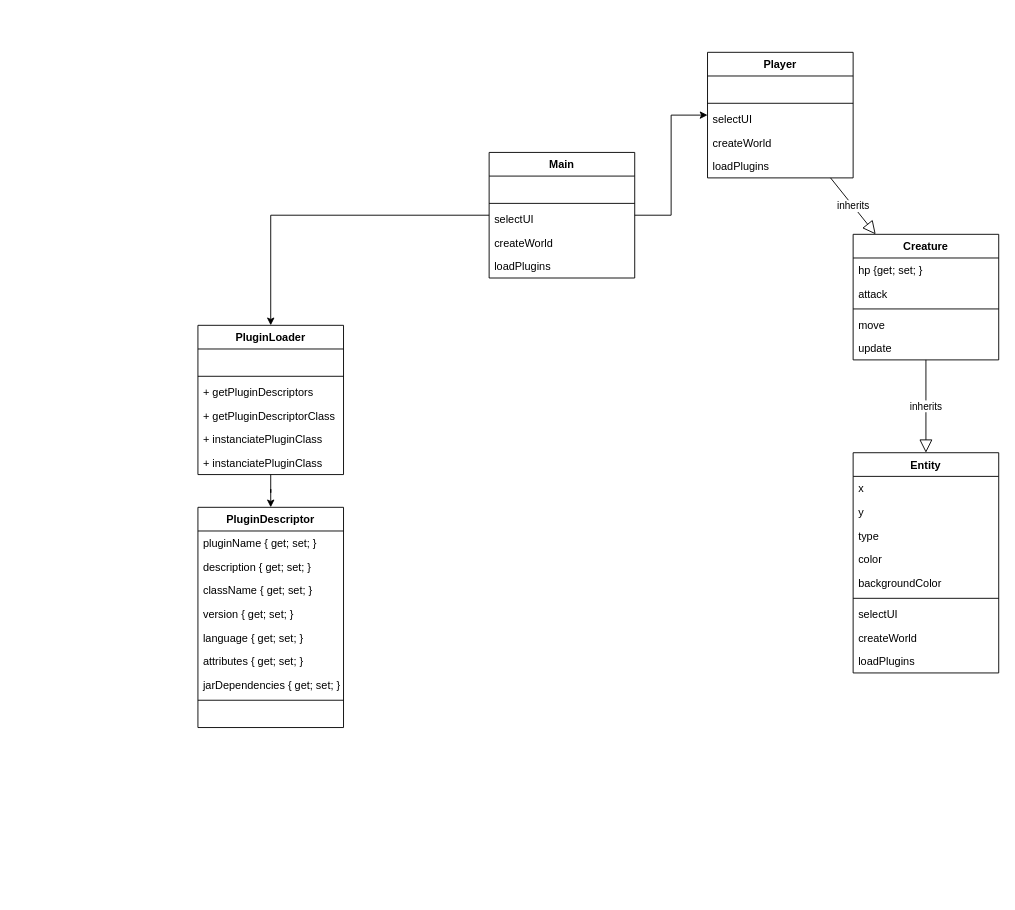
Earlier version of the draw.io diagram Classes.drawio (Vanane/RoguelikeGenerator). Source tidied: cells renumbered, new cells numbered last; positions are measured from the earlier drawing's top-left corner, leaving out a move shared by most shapes. Both pictures are drawn from the tidied source at 91%, with x=0, y=0 at pixel (197, 52).
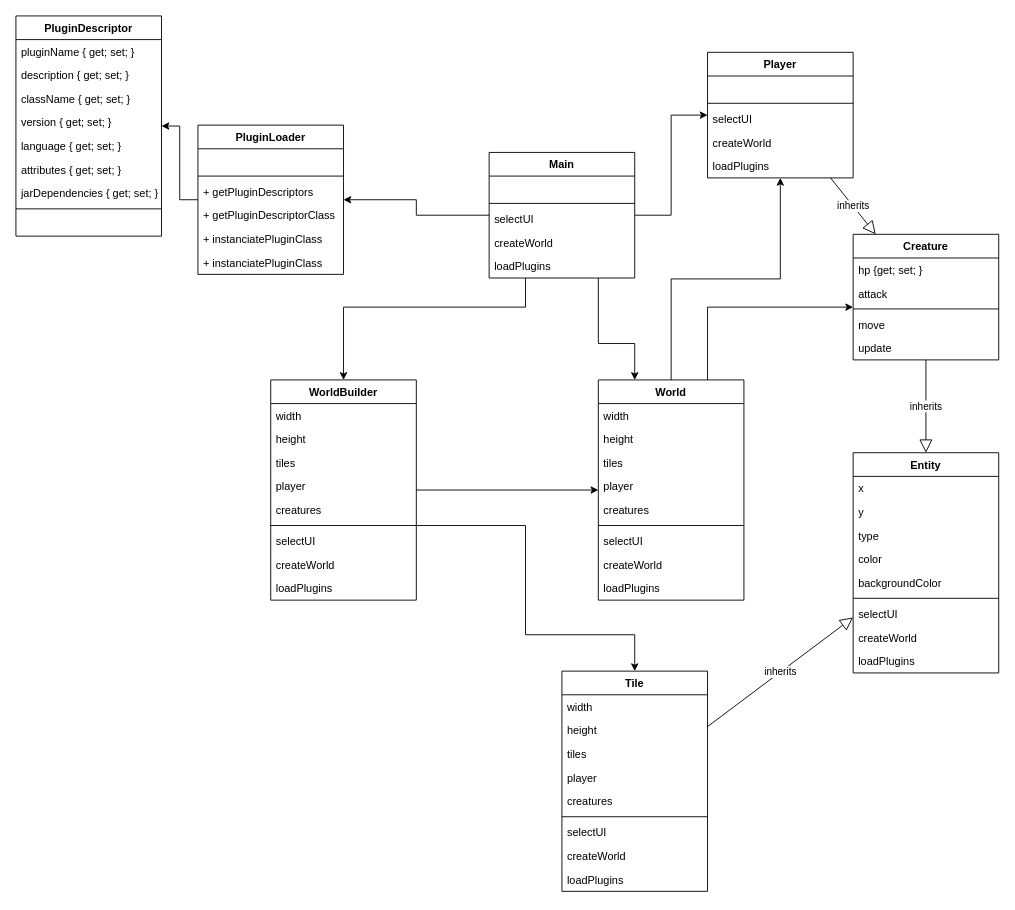
The same diagram, later.

Commit message:
Update Classes.drawio ajouté World

The change refers to these unchanged cells:
```xml
<mxCell id="3" value="Main" style="swimlane;fontStyle=1;align=center;verticalAlign=top;horizontal=1;startSize=26;" parent="1" vertex="1">
  <mxGeometry x="320" y="110" width="160" height="138" as="geometry" />
</mxCell>
<mxCell id="29" value="Player" style="swimlane;fontStyle=1;align=center;verticalAlign=top;horizontal=1;startSize=26;" parent="1" vertex="1">
  <mxGeometry x="560" width="160" height="138" as="geometry" />
</mxCell>
<mxCell id="36" value="Creature" style="swimlane;fontStyle=1;align=center;verticalAlign=top;horizontal=1;startSize=26;" parent="1" vertex="1">
  <mxGeometry x="720" y="200" width="160" height="138" as="geometry" />
</mxCell>
<mxCell id="42" value="Entity" style="swimlane;fontStyle=1;align=center;verticalAlign=top;horizontal=1;startSize=26;" parent="1" vertex="1">
  <mxGeometry x="720" y="440" width="160" height="242" as="geometry" />
</mxCell>
```

Change to the diagram source:
```diff
@@
+    <mxCell id="52" style="edgeStyle=orthogonalEdgeStyle;rounded=0;jettySize=auto;html=1;endArrow=classic;endFill=1;endSize=6;" parent="1" edge="1" source="3" target="56">
+      <mxGeometry relative="1" as="geometry">
+        <Array as="points">
+          <mxPoint x="440" y="320" />
+          <mxPoint x="480" y="320" />
+        </Array>
+      </mxGeometry>
+    </mxCell>
+    <mxCell id="53" style="edgeStyle=orthogonalEdgeStyle;rounded=0;jettySize=auto;html=1;endArrow=classic;endFill=1;endSize=6;" parent="1" edge="1" source="3" target="67">
+      <mxGeometry relative="1" as="geometry">
+        <Array as="points">
+          <mxPoint x="360" y="280" />
+          <mxPoint x="160" y="280" />
+        </Array>
+      </mxGeometry>
+    </mxCell>
@@
     <mxCell id="10" value="PluginLoader" style="swimlane;fontStyle=1;align=center;verticalAlign=top;horizontal=1;startSize=26;" parent="1" vertex="1">
-      <mxGeometry y="300" width="160" height="164" as="geometry" />
+      <mxGeometry y="80" width="160" height="164" as="geometry" />
     </mxCell>
@@
     <mxCell id="18" value="PluginDescriptor" style="swimlane;fontStyle=1;align=center;verticalAlign=top;horizontal=1;startSize=26;" parent="1" vertex="1">
-      <mxGeometry y="500" width="160" height="242" as="geometry" />
+      <mxGeometry x="-200" y="-40" width="160" height="242" as="geometry" />
     </mxCell>
@@
+    <mxCell id="54" style="edgeStyle=orthogonalEdgeStyle;rounded=0;jettySize=auto;html=1;endArrow=classic;endFill=1;endSize=6;" parent="1" edge="1" source="56" target="29">
+      <mxGeometry relative="1" as="geometry" />
+    </mxCell>
+    <mxCell id="55" style="edgeStyle=orthogonalEdgeStyle;rounded=0;jettySize=auto;html=1;endArrow=classic;endFill=1;endSize=6;" parent="1" edge="1" source="56" target="36">
+      <mxGeometry relative="1" as="geometry">
+        <Array as="points">
+          <mxPoint x="560" y="280" />
+        </Array>
+      </mxGeometry>
+    </mxCell>
+    <mxCell id="56" value="World" style="swimlane;fontStyle=1;align=center;verticalAlign=top;horizontal=1;startSize=26;" parent="1" vertex="1">
+      <mxGeometry x="440" y="360" width="160" height="242" as="geometry" />
+    </mxCell>
+    <mxCell id="57" value="width" style="text;strokeColor=none;fillColor=none;align=left;verticalAlign=top;spacingLeft=4;spacingRight=4;overflow=hidden;" parent="56" vertex="1">
+      <mxGeometry y="26" width="160" height="26" as="geometry" />
+    </mxCell>
+    <mxCell id="58" value="height" style="text;strokeColor=none;fillColor=none;align=left;verticalAlign=top;spacingLeft=4;spacingRight=4;overflow=hidden;" parent="56" vertex="1">
+      <mxGeometry y="52" width="160" height="26" as="geometry" />
+    </mxCell>
+    <mxCell id="59" value="tiles" style="text;strokeColor=none;fillColor=none;align=left;verticalAlign=top;spacingLeft=4;spacingRight=4;overflow=hidden;" parent="56" vertex="1">
+      <mxGeometry y="78" width="160" height="26" as="geometry" />
+    </mxCell>
+    <mxCell id="60" value="player" style="text;strokeColor=none;fillColor=none;align=left;verticalAlign=top;spacingLeft=4;spacingRight=4;overflow=hidden;" parent="56" vertex="1">
+      <mxGeometry y="104" width="160" height="26" as="geometry" />
+    </mxCell>
+    <mxCell id="61" value="creatures" style="text;strokeColor=none;fillColor=none;align=left;verticalAlign=top;spacingLeft=4;spacingRight=4;overflow=hidden;" parent="56" vertex="1">
+      <mxGeometry y="130" width="160" height="26" as="geometry" />
+    </mxCell>
+    <mxCell id="62" style="line;strokeWidth=1;fillColor=none;align=left;verticalAlign=middle;spacingTop=-1;spacingLeft=3;spacingRight=3;labelPosition=right;" parent="56" vertex="1">
+      <mxGeometry y="156" width="160" height="8" as="geometry" />
+    </mxCell>
+    <mxCell id="63" value="selectUI" style="text;strokeColor=none;fillColor=none;align=left;verticalAlign=top;spacingLeft=4;spacingRight=4;overflow=hidden;" parent="56" vertex="1">
+      <mxGeometry y="164" width="160" height="26" as="geometry" />
+    </mxCell>
+    <mxCell id="64" value="createWorld" style="text;strokeColor=none;fillColor=none;align=left;verticalAlign=top;spacingLeft=4;spacingRight=4;overflow=hidden;" parent="56" vertex="1">
+      <mxGeometry y="190" width="160" height="26" as="geometry" />
+    </mxCell>
+    <mxCell id="65" value="loadPlugins" style="text;strokeColor=none;fillColor=none;align=left;verticalAlign=top;spacingLeft=4;spacingRight=4;overflow=hidden;" parent="56" vertex="1">
+      <mxGeometry y="216" width="160" height="26" as="geometry" />
+    </mxCell>
+    <mxCell id="66" style="edgeStyle=orthogonalEdgeStyle;rounded=0;jettySize=auto;html=1;endArrow=classic;endFill=1;endSize=6;" parent="1" edge="1" source="67" target="78">
+      <mxGeometry relative="1" as="geometry">
+        <Array as="points">
+          <mxPoint x="360" y="520" />
+          <mxPoint x="360" y="640" />
+          <mxPoint x="480" y="640" />
+        </Array>
+      </mxGeometry>
+    </mxCell>
+    <mxCell id="67" value="WorldBuilder" style="swimlane;fontStyle=1;align=center;verticalAlign=top;horizontal=1;startSize=26;" parent="1" vertex="1">
+      <mxGeometry x="80" y="360" width="160" height="242" as="geometry" />
+    </mxCell>
+    <mxCell id="68" value="width" style="text;strokeColor=none;fillColor=none;align=left;verticalAlign=top;spacingLeft=4;spacingRight=4;overflow=hidden;" parent="67" vertex="1">
+      <mxGeometry y="26" width="160" height="26" as="geometry" />
+    </mxCell>
+    <mxCell id="69" value="height" style="text;strokeColor=none;fillColor=none;align=left;verticalAlign=top;spacingLeft=4;spacingRight=4;overflow=hidden;" parent="67" vertex="1">
+      <mxGeometry y="52" width="160" height="26" as="geometry" />
+    </mxCell>
+    <mxCell id="70" value="tiles" style="text;strokeColor=none;fillColor=none;align=left;verticalAlign=top;spacingLeft=4;spacingRight=4;overflow=hidden;" parent="67" vertex="1">
+      <mxGeometry y="78" width="160" height="26" as="geometry" />
+    </mxCell>
+    <mxCell id="71" value="player" style="text;strokeColor=none;fillColor=none;align=left;verticalAlign=top;spacingLeft=4;spacingRight=4;overflow=hidden;" parent="67" vertex="1">
+      <mxGeometry y="104" width="160" height="26" as="geometry" />
+    </mxCell>
+    <mxCell id="72" value="creatures" style="text;strokeColor=none;fillColor=none;align=left;verticalAlign=top;spacingLeft=4;spacingRight=4;overflow=hidden;" parent="67" vertex="1">
+      <mxGeometry y="130" width="160" height="26" as="geometry" />
+    </mxCell>
+    <mxCell id="73" style="line;strokeWidth=1;fillColor=none;align=left;verticalAlign=middle;spacingTop=-1;spacingLeft=3;spacingRight=3;labelPosition=right;" parent="67" vertex="1">
+      <mxGeometry y="156" width="160" height="8" as="geometry" />
+    </mxCell>
+    <mxCell id="74" value="selectUI" style="text;strokeColor=none;fillColor=none;align=left;verticalAlign=top;spacingLeft=4;spacingRight=4;overflow=hidden;" parent="67" vertex="1">
+      <mxGeometry y="164" width="160" height="26" as="geometry" />
+    </mxCell>
+    <mxCell id="75" value="createWorld" style="text;strokeColor=none;fillColor=none;align=left;verticalAlign=top;spacingLeft=4;spacingRight=4;overflow=hidden;" parent="67" vertex="1">
+      <mxGeometry y="190" width="160" height="26" as="geometry" />
+    </mxCell>
+    <mxCell id="76" value="loadPlugins" style="text;strokeColor=none;fillColor=none;align=left;verticalAlign=top;spacingLeft=4;spacingRight=4;overflow=hidden;" parent="67" vertex="1">
+      <mxGeometry y="216" width="160" height="26" as="geometry" />
+    </mxCell>
+    <mxCell id="77" style="edgeStyle=orthogonalEdgeStyle;rounded=0;jettySize=auto;html=1;endArrow=classic;endFill=1;endSize=6;" parent="1" edge="1" source="67" target="56">
+      <mxGeometry relative="1" as="geometry" />
+    </mxCell>
+    <mxCell id="78" value="Tile" style="swimlane;fontStyle=1;align=center;verticalAlign=top;horizontal=1;startSize=26;" parent="1" vertex="1">
+      <mxGeometry x="400" y="680" width="160" height="242" as="geometry" />
+    </mxCell>
+    <mxCell id="79" value="width" style="text;strokeColor=none;fillColor=none;align=left;verticalAlign=top;spacingLeft=4;spacingRight=4;overflow=hidden;" parent="78" vertex="1">
+      <mxGeometry y="26" width="160" height="26" as="geometry" />
+    </mxCell>
+    <mxCell id="80" value="height" style="text;strokeColor=none;fillColor=none;align=left;verticalAlign=top;spacingLeft=4;spacingRight=4;overflow=hidden;" parent="78" vertex="1">
+      <mxGeometry y="52" width="160" height="26" as="geometry" />
+    </mxCell>
+    <mxCell id="81" value="tiles" style="text;strokeColor=none;fillColor=none;align=left;verticalAlign=top;spacingLeft=4;spacingRight=4;overflow=hidden;" parent="78" vertex="1">
+      <mxGeometry y="78" width="160" height="26" as="geometry" />
+    </mxCell>
+    <mxCell id="82" value="player" style="text;strokeColor=none;fillColor=none;align=left;verticalAlign=top;spacingLeft=4;spacingRight=4;overflow=hidden;" parent="78" vertex="1">
+      <mxGeometry y="104" width="160" height="26" as="geometry" />
+    </mxCell>
+    <mxCell id="83" value="creatures" style="text;strokeColor=none;fillColor=none;align=left;verticalAlign=top;spacingLeft=4;spacingRight=4;overflow=hidden;" parent="78" vertex="1">
+      <mxGeometry y="130" width="160" height="26" as="geometry" />
+    </mxCell>
+    <mxCell id="84" style="line;strokeWidth=1;fillColor=none;align=left;verticalAlign=middle;spacingTop=-1;spacingLeft=3;spacingRight=3;labelPosition=right;" parent="78" vertex="1">
+      <mxGeometry y="156" width="160" height="8" as="geometry" />
+    </mxCell>
+    <mxCell id="85" value="selectUI" style="text;strokeColor=none;fillColor=none;align=left;verticalAlign=top;spacingLeft=4;spacingRight=4;overflow=hidden;" parent="78" vertex="1">
+      <mxGeometry y="164" width="160" height="26" as="geometry" />
+    </mxCell>
+    <mxCell id="86" value="createWorld" style="text;strokeColor=none;fillColor=none;align=left;verticalAlign=top;spacingLeft=4;spacingRight=4;overflow=hidden;" parent="78" vertex="1">
+      <mxGeometry y="190" width="160" height="26" as="geometry" />
+    </mxCell>
+    <mxCell id="87" value="loadPlugins" style="text;strokeColor=none;fillColor=none;align=left;verticalAlign=top;spacingLeft=4;spacingRight=4;overflow=hidden;" parent="78" vertex="1">
+      <mxGeometry y="216" width="160" height="26" as="geometry" />
+    </mxCell>
+    <mxCell id="88" value="inherits" style="rounded=0;jettySize=auto;html=1;endArrow=block;endFill=0;endSize=12;" parent="1" edge="1" source="78" target="42">
+      <mxGeometry relative="1" as="geometry" />
+    </mxCell>
```
